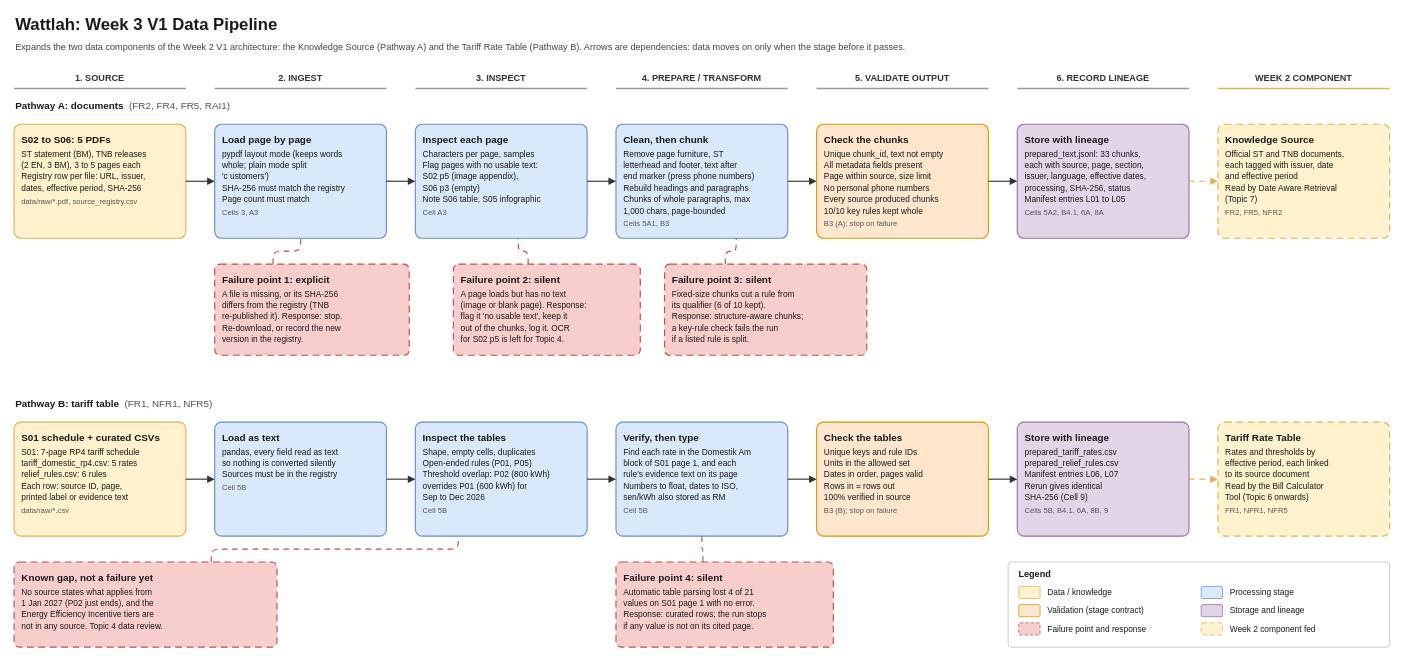
Above: docs/week3_pipeline_diagram.drawio in UwaisZulkarnain/AI-Engineering-WattLah (draw.io), before the change. Source tidied: cells renumbered, new cells numbered last; positions are measured from the earlier drawing's top-left corner, leaving out a move shared by most shapes. Both pictures are drawn from the tidied source at 76%, with x=0, y=0 at pixel (14, 13).
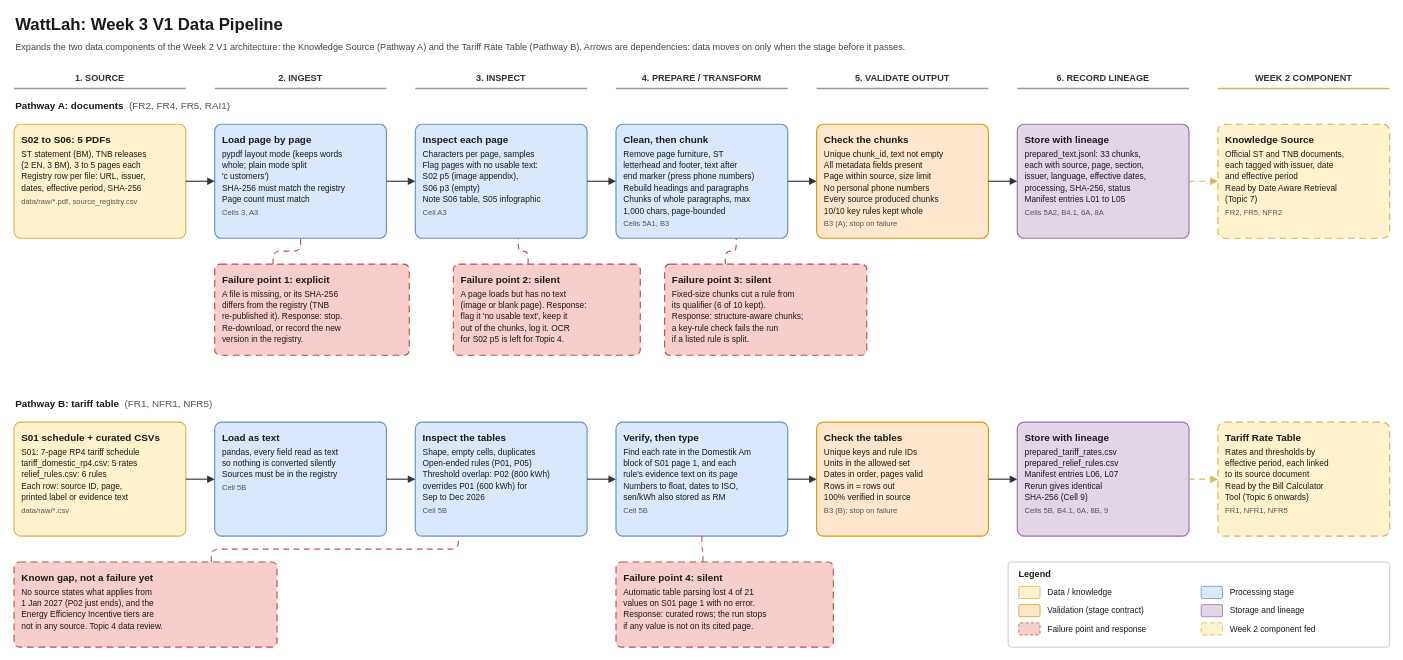
Above is the later version.

Commit message (it also covers changes not shown here):
Fix evidence citations: The Star replaces wrong Bernama link, threshold raised on 18 Sep (three days later), WattLah title on Week 3 pipeline diagram

The edit, as a diff of the source:
```diff
@@
-    <mxCell id="2" value="&lt;b&gt;Wattlah: Week 3 V1 Data Pipeline&lt;/b&gt;" style="text;html=1;fillColor=none;strokeColor=none;whiteSpace=wrap;align=left;verticalAlign=middle;fontFamily=Helvetica;fontSize=22;fontColor=#1a1a1a;" parent="1" vertex="1">
+    <mxCell id="2" value="&lt;b&gt;WattLah: Week 3 V1 Data Pipeline&lt;/b&gt;" style="text;html=1;fillColor=none;strokeColor=none;whiteSpace=wrap;align=left;verticalAlign=middle;fontFamily=Helvetica;fontSize=22;fontColor=#1a1a1a;" parent="1" vertex="1">
       <mxGeometry width="1500" height="32" as="geometry" />
     </mxCell>
```
